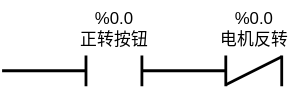
The draw.io diagram drawio/ZhengFanZhuan.svg in Stolorzs/Picgo, before a commit. Source tidied: cells renumbered, new cells last; positions are measured from the earlier drawing's top-left corner, leaving out a move shared by most shapes.
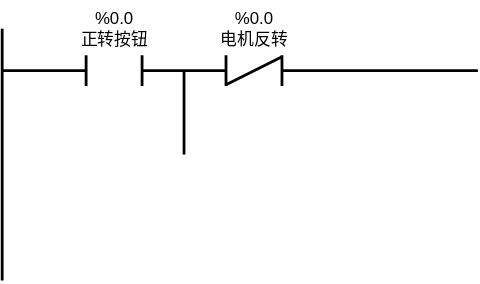
The same diagram one commit later.

Change to the diagram source:
```diff
@@ -28,5 +28,17 @@
     <mxCell id="9" value="&lt;div&gt;%0.0&lt;/div&gt;电机反转" style="text;html=1;align=center;verticalAlign=middle;strokeColor=none;fillColor=none;" parent="1" vertex="1">
       <mxGeometry x="145" width="70" height="40" as="geometry" />
     </mxCell>
+    <mxCell id="10" style="line;strokeWidth=2;html=1;" parent="1" vertex="1">
+      <mxGeometry x="200" y="45" width="140" height="10" as="geometry" />
+    </mxCell>
+    <mxCell id="11" style="line;strokeWidth=2;direction=south;html=1;" parent="1" vertex="1">
+      <mxGeometry x="125" y="50" width="10" height="60" as="geometry" />
+    </mxCell>
+    <mxCell id="12" style="endArrow=none;html=1;rounded=0;strokeWidth=2;" parent="1" edge="1">
+      <mxGeometry relative="1" as="geometry">
+        <mxPoint y="200" as="sourcePoint" />
+        <mxPoint y="20" as="targetPoint" />
+      </mxGeometry>
+    </mxCell>
   </root>
 </mxGraphModel>
```
